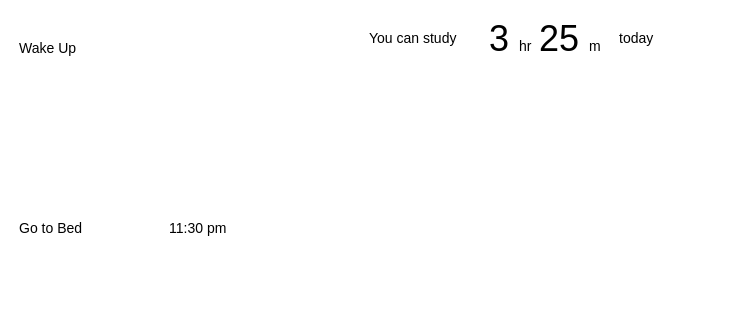
This is page "schedule-your-day" (2 of 2) of pop-the-bubble.drawio from suefrontend/study-plan, a draw.io file, before an edit. Source tidied: cells renumbered, new cells numbered last; positions are measured from the earlier drawing's top-left corner, leaving out a move shared by most shapes. Both pictures are drawn from the tidied source at 100%, with x=0, y=0 at pixel (17, 23).
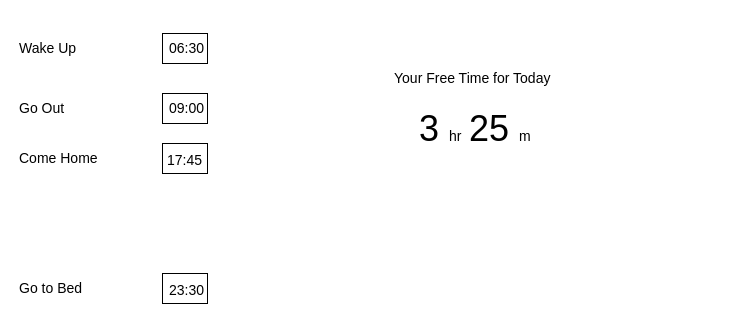
Above is the later version.

Diff of the diagram source:
```diff
@@
 <mxGraphModel>
   <root>
     <mxCell id="0" />
     <mxCell id="1" parent="0" />
     <mxCell id="2" value="Wake Up" style="text;html=1;strokeColor=none;fillColor=none;align=left;verticalAlign=middle;whiteSpace=wrap;rounded=0;fontSize=14;" parent="1" vertex="1">
       <mxGeometry y="10" width="60" height="30" as="geometry" />
     </mxCell>
     <mxCell id="3" value="Go to Bed" style="text;html=1;strokeColor=none;fillColor=none;align=left;verticalAlign=middle;whiteSpace=wrap;rounded=0;fontSize=14;" parent="1" vertex="1">
-      <mxGeometry y="190" width="100" height="30" as="geometry" />
+      <mxGeometry y="250" width="100" height="30" as="geometry" />
     </mxCell>
-    <mxCell id="4" value="11:30 pm" style="text;html=1;strokeColor=none;fillColor=none;align=left;verticalAlign=middle;whiteSpace=wrap;rounded=0;fontSize=14;" parent="1" vertex="1">
-      <mxGeometry x="150" y="190" width="60" height="30" as="geometry" />
+    <mxCell id="4" value="23:30" style="text;html=1;strokeColor=none;fillColor=none;align=left;verticalAlign=middle;whiteSpace=wrap;rounded=0;fontSize=14;" parent="1" vertex="1">
+      <mxGeometry x="150" y="252" width="100" height="30" as="geometry" />
     </mxCell>
-    <mxCell id="5" value="You can study" style="text;html=1;strokeColor=none;fillColor=none;align=left;verticalAlign=middle;whiteSpace=wrap;rounded=0;fontSize=14;" parent="1" vertex="1">
-      <mxGeometry x="350" width="100" height="30" as="geometry" />
+    <mxCell id="5" value="Your Free Time for Today" style="text;html=1;strokeColor=none;fillColor=none;align=left;verticalAlign=middle;whiteSpace=wrap;rounded=0;fontSize=14;" parent="1" vertex="1">
+      <mxGeometry x="375" y="40" width="230" height="30" as="geometry" />
     </mxCell>
-    <mxCell id="6" value="today" style="text;html=1;strokeColor=none;fillColor=none;align=left;verticalAlign=middle;whiteSpace=wrap;rounded=0;fontSize=14;" parent="1" vertex="1">
-      <mxGeometry x="600" width="100" height="30" as="geometry" />
-    </mxCell>
     <mxCell id="7" value="3" style="text;html=1;strokeColor=none;fillColor=none;align=left;verticalAlign=middle;whiteSpace=wrap;rounded=0;fontSize=36;" parent="1" vertex="1">
-      <mxGeometry x="470" width="30" height="30" as="geometry" />
+      <mxGeometry x="400" y="90" width="30" height="30" as="geometry" />
     </mxCell>
     <mxCell id="8" value="hr" style="text;html=1;strokeColor=none;fillColor=none;align=left;verticalAlign=middle;whiteSpace=wrap;rounded=0;fontSize=14;" parent="1" vertex="1">
-      <mxGeometry x="500" y="8" width="20" height="30" as="geometry" />
+      <mxGeometry x="430" y="98" width="20" height="30" as="geometry" />
     </mxCell>
     <mxCell id="9" value="25" style="text;html=1;strokeColor=none;fillColor=none;align=left;verticalAlign=middle;whiteSpace=wrap;rounded=0;fontSize=36;" parent="1" vertex="1">
-      <mxGeometry x="520" width="70" height="30" as="geometry" />
+      <mxGeometry x="450" y="90" width="70" height="30" as="geometry" />
     </mxCell>
     <mxCell id="10" value="m" style="text;html=1;strokeColor=none;fillColor=none;align=left;verticalAlign=middle;whiteSpace=wrap;rounded=0;fontSize=14;" parent="1" vertex="1">
-      <mxGeometry x="570" y="8" width="20" height="30" as="geometry" />
+      <mxGeometry x="500" y="98" width="20" height="30" as="geometry" />
     </mxCell>
+    <mxCell id="11" value="06:30" style="text;html=1;strokeColor=none;fillColor=none;align=left;verticalAlign=middle;whiteSpace=wrap;rounded=0;fontSize=14;" parent="1" vertex="1">
+      <mxGeometry x="150" y="10" width="90" height="30" as="geometry" />
+    </mxCell>
+    <mxCell id="12" value="Go Out" style="text;html=1;strokeColor=none;fillColor=none;align=left;verticalAlign=middle;whiteSpace=wrap;rounded=0;fontSize=14;" parent="1" vertex="1">
+      <mxGeometry y="70" width="60" height="30" as="geometry" />
+    </mxCell>
+    <mxCell id="13" value="09:00&amp;nbsp; &amp;nbsp; &amp;nbsp; &amp;nbsp; &amp;nbsp; &amp;nbsp;&amp;nbsp;" style="text;html=1;strokeColor=none;fillColor=none;align=left;verticalAlign=middle;whiteSpace=wrap;rounded=0;fontSize=14;" parent="1" vertex="1">
+      <mxGeometry x="150" y="70" width="150" height="30" as="geometry" />
+    </mxCell>
+    <mxCell id="14" style="rounded=0;whiteSpace=wrap;html=1;fontSize=36;fillColor=none;" parent="1" vertex="1">
+      <mxGeometry x="145" y="10" width="45" height="30" as="geometry" />
+    </mxCell>
+    <mxCell id="15" style="rounded=0;whiteSpace=wrap;html=1;fontSize=36;fillColor=none;" parent="1" vertex="1">
+      <mxGeometry x="145" y="70" width="45" height="30" as="geometry" />
+    </mxCell>
+    <mxCell id="16" style="rounded=0;whiteSpace=wrap;html=1;fontSize=36;fillColor=none;" parent="1" vertex="1">
+      <mxGeometry x="145" y="120" width="45" height="30" as="geometry" />
+    </mxCell>
+    <mxCell id="17" style="rounded=0;whiteSpace=wrap;html=1;fontSize=36;fillColor=none;" parent="1" vertex="1">
+      <mxGeometry x="145" y="250" width="45" height="30" as="geometry" />
+    </mxCell>
+    <mxCell id="18" value="Come Home" style="text;html=1;strokeColor=none;fillColor=none;align=left;verticalAlign=middle;whiteSpace=wrap;rounded=0;fontSize=14;" parent="1" vertex="1">
+      <mxGeometry y="120" width="110" height="30" as="geometry" />
+    </mxCell>
+    <mxCell id="19" value="17:45" style="text;html=1;strokeColor=none;fillColor=none;align=left;verticalAlign=middle;whiteSpace=wrap;rounded=0;fontSize=14;" parent="1" vertex="1">
+      <mxGeometry x="148" y="122" width="55" height="30" as="geometry" />
+    </mxCell>
   </root>
 </mxGraphModel>
```
